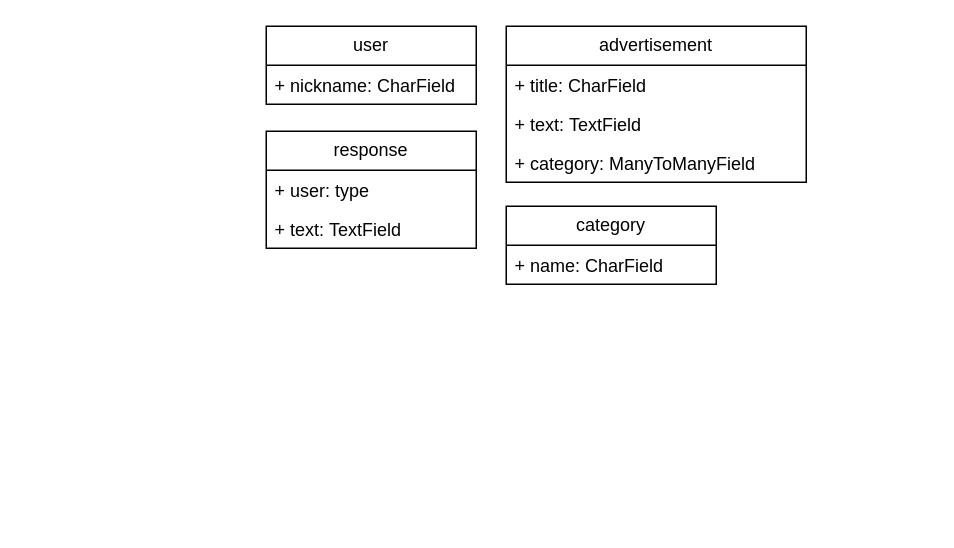
Before: bulltin_board.drawio in SergeySkywell/bulletin_board, a draw.io diagram. Source tidied: cells renumbered, new cells numbered last; positions are measured from the earlier drawing's top-left corner, leaving out a move shared by most shapes. Both pictures are drawn from the tidied source at 150%, with x=0, y=0 at pixel (266, 26).
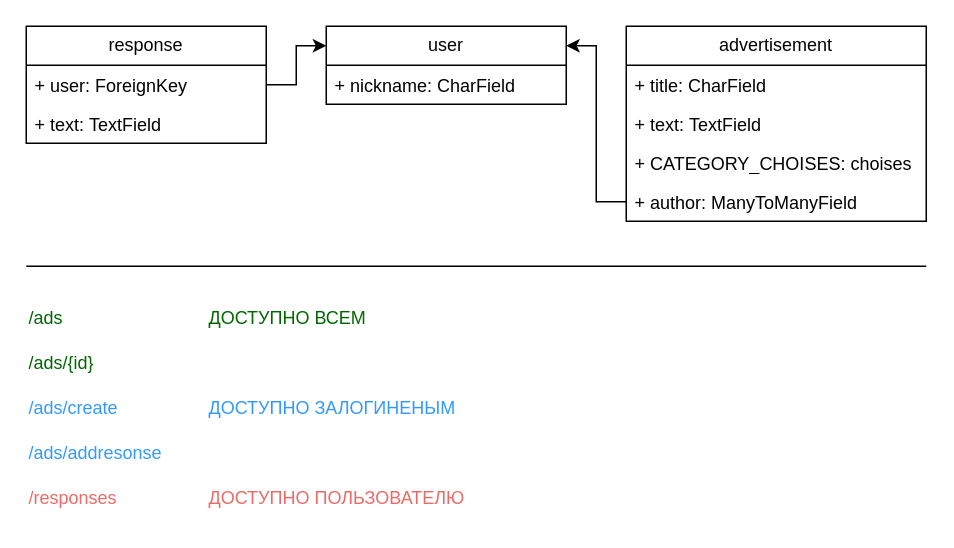
The same page after the edit.

The edit, as a diff of the source:
```diff
@@
     <mxCell id="2" value="advertisement" style="swimlane;fontStyle=0;horizontal=1;startSize=26;fillColor=none;whiteSpace=wrap;html=1;" parent="1" vertex="1">
-      <mxGeometry x="160" width="200" height="104" as="geometry" />
+      <mxGeometry x="240" width="200" height="130" as="geometry" />
     </mxCell>
@@
-    <mxCell id="5" value="+ category: ManyToManyField" style="text;strokeColor=none;fillColor=none;align=left;verticalAlign=top;spacingLeft=4;spacingRight=4;overflow=hidden;whiteSpace=wrap;html=1;" parent="2" vertex="1">
+    <mxCell id="5" value="+ CATEGORY_CHOISES: choises" style="text;strokeColor=none;fillColor=none;align=left;verticalAlign=top;spacingLeft=4;spacingRight=4;overflow=hidden;whiteSpace=wrap;html=1;" parent="2" vertex="1">
       <mxGeometry y="78" width="200" height="26" as="geometry" />
     </mxCell>
+    <mxCell id="13" value="+ author: ManyToManyField" style="text;strokeColor=none;fillColor=none;align=left;verticalAlign=top;spacingLeft=4;spacingRight=4;overflow=hidden;points=[[0,0.5],[1,0.5]];portConstraint=eastwest;whiteSpace=wrap;html=1;" parent="2" vertex="1">
+      <mxGeometry y="104" width="200" height="26" as="geometry" />
+    </mxCell>
     <mxCell id="6" value="user" style="swimlane;fontStyle=0;horizontal=1;startSize=26;fillColor=none;whiteSpace=wrap;html=1;" parent="1" vertex="1">
-      <mxGeometry width="140" height="52" as="geometry" />
+      <mxGeometry x="40" width="160" height="52" as="geometry" />
     </mxCell>
     <mxCell id="7" value="+ nickname: CharField" style="text;strokeColor=none;fillColor=none;align=left;verticalAlign=top;spacingLeft=4;spacingRight=4;overflow=hidden;whiteSpace=wrap;html=1;" parent="6" vertex="1">
-      <mxGeometry y="26" width="140" height="26" as="geometry" />
+      <mxGeometry y="26" width="160" height="26" as="geometry" />
     </mxCell>
     <mxCell id="8" value="response" style="swimlane;fontStyle=0;horizontal=1;startSize=26;fillColor=none;whiteSpace=wrap;html=1;" parent="1" vertex="1">
-      <mxGeometry y="70" width="140" height="78" as="geometry" />
+      <mxGeometry x="-160" width="160" height="78" as="geometry" />
     </mxCell>
-    <mxCell id="9" value="+ user: type" style="text;strokeColor=none;fillColor=none;align=left;verticalAlign=top;spacingLeft=4;spacingRight=4;overflow=hidden;points=[[0,0.5],[1,0.5]];portConstraint=eastwest;whiteSpace=wrap;html=1;" parent="8" vertex="1">
-      <mxGeometry y="26" width="140" height="26" as="geometry" />
+    <mxCell id="9" value="+ user: ForeignKey" style="text;strokeColor=none;fillColor=none;align=left;verticalAlign=top;spacingLeft=4;spacingRight=4;overflow=hidden;points=[[0,0.5],[1,0.5]];portConstraint=eastwest;whiteSpace=wrap;html=1;" parent="8" vertex="1">
+      <mxGeometry y="26" width="160" height="26" as="geometry" />
     </mxCell>
     <mxCell id="10" value="+ text:&amp;nbsp;TextField" style="text;strokeColor=none;fillColor=none;align=left;verticalAlign=top;spacingLeft=4;spacingRight=4;overflow=hidden;whiteSpace=wrap;html=1;" parent="8" vertex="1">
-      <mxGeometry y="52" width="140" height="26" as="geometry" />
+      <mxGeometry y="52" width="160" height="26" as="geometry" />
     </mxCell>
-    <mxCell id="11" value="category" style="swimlane;fontStyle=0;horizontal=1;startSize=26;fillColor=none;whiteSpace=wrap;html=1;" parent="1" vertex="1">
-      <mxGeometry x="160" y="120" width="140" height="52" as="geometry" />
-    </mxCell>
-    <mxCell id="12" value="+ name:&amp;nbsp;CharField" style="text;strokeColor=none;fillColor=none;align=left;verticalAlign=top;spacingLeft=4;spacingRight=4;overflow=hidden;whiteSpace=wrap;html=1;" parent="11" vertex="1">
-      <mxGeometry y="26" width="140" height="26" as="geometry" />
-    </mxCell>
+    <mxCell id="14" style="edgeStyle=orthogonalEdgeStyle;rounded=0;jettySize=auto;html=1;exitX=0;exitY=0.5;exitDx=0;exitDy=0;entryX=1;entryY=0.25;entryDx=0;entryDy=0;" parent="1" edge="1" source="13" target="6">
+      <mxGeometry relative="1" as="geometry" />
+    </mxCell>
+    <mxCell id="15" style="edgeStyle=orthogonalEdgeStyle;rounded=0;jettySize=auto;html=1;entryX=0;entryY=0.25;entryDx=0;entryDy=0;" parent="1" edge="1" source="9" target="6">
+      <mxGeometry relative="1" as="geometry" />
+    </mxCell>
+    <mxCell id="16" value="/ads" style="text;html=1;align=left;verticalAlign=middle;strokeColor=none;fillColor=none;horizontal=1;fontColor=#006600;" parent="1" vertex="1">
+      <mxGeometry x="-160" y="180" width="50" height="30" as="geometry" />
+    </mxCell>
+    <mxCell id="17" value="/ads/create" style="text;html=1;align=left;verticalAlign=middle;strokeColor=none;fillColor=none;fontColor=#3399FF;" parent="1" vertex="1">
+      <mxGeometry x="-160" y="240" width="80" height="30" as="geometry" />
+    </mxCell>
+    <mxCell id="18" value="/ads/{id}" style="text;html=1;align=left;verticalAlign=middle;strokeColor=none;fillColor=none;fontColor=#006600;" parent="1" vertex="1">
+      <mxGeometry x="-160" y="210" width="70" height="30" as="geometry" />
+    </mxCell>
+    <mxCell id="19" value="/responses" style="text;html=1;align=left;verticalAlign=middle;strokeColor=none;fillColor=none;horizontal=1;fontColor=#EA6B66;" parent="1" vertex="1">
+      <mxGeometry x="-160" y="300" width="80" height="30" as="geometry" />
+    </mxCell>
+    <mxCell id="20" value="/ads/addresonse" style="text;html=1;align=left;verticalAlign=middle;strokeColor=none;fillColor=none;fontColor=#3399FF;" parent="1" vertex="1">
+      <mxGeometry x="-160" y="270" width="110" height="30" as="geometry" />
+    </mxCell>
+    <mxCell id="21" value="ДОСТУПНО ЗАЛОГИНЕНЫМ" style="text;html=1;align=left;verticalAlign=middle;strokeColor=none;fillColor=none;fontColor=#3399FF;" parent="1" vertex="1">
+      <mxGeometry x="-40" y="240" width="190" height="30" as="geometry" />
+    </mxCell>
+    <mxCell id="22" value="ДОСТУПНО ВСЕМ" style="text;html=1;align=left;verticalAlign=middle;strokeColor=none;fillColor=none;horizontal=1;fontColor=#006600;" parent="1" vertex="1">
+      <mxGeometry x="-40" y="180" width="130" height="30" as="geometry" />
+    </mxCell>
+    <mxCell id="23" value="ДОСТУПНО ПОЛЬЗОВАТЕЛЮ" style="text;html=1;align=left;verticalAlign=middle;strokeColor=none;fillColor=none;fontColor=#EA6B66;" parent="1" vertex="1">
+      <mxGeometry x="-40" y="300" width="190" height="30" as="geometry" />
+    </mxCell>
+    <mxCell id="24" style="endArrow=none;html=1;rounded=0;" parent="1" edge="1">
+      <mxGeometry relative="1" as="geometry">
+        <mxPoint x="-160" y="160" as="sourcePoint" />
+        <mxPoint x="440" y="160" as="targetPoint" />
+      </mxGeometry>
+    </mxCell>
```
